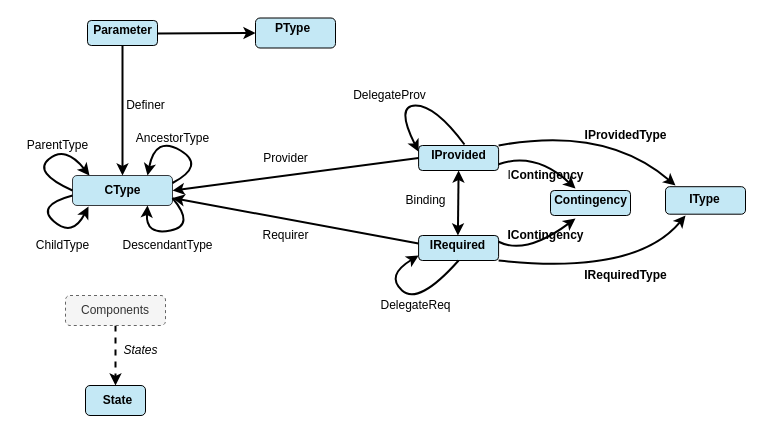
This is relflow.drawio from jpgros/site-web, a draw.io file, before an edit. Source tidied: cells renumbered, new cells numbered last; positions are measured from the earlier drawing's top-left corner, leaving out a move shared by most shapes. Both pictures are drawn from the tidied source at 100%, with x=0, y=0 at pixel (17, 17).
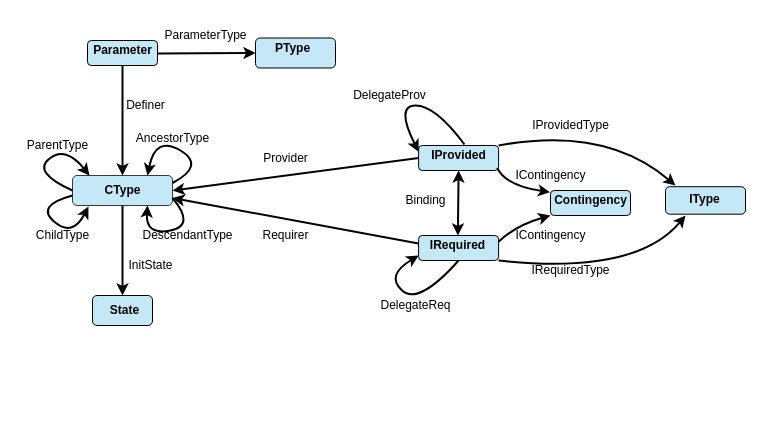
After the change.

The change refers to these unchanged cells:
```xml
<mxCell id="5" style="rounded=1;whiteSpace=wrap;html=1;fillColor=#C4E8F5;" parent="1" vertex="1">
  <mxGeometry x="401.1" y="128" width="80" height="25" as="geometry" />
</mxCell>
<mxCell id="6" style="rounded=1;whiteSpace=wrap;html=1;fillColor=#C4E8F5;" parent="1" vertex="1">
  <mxGeometry x="401.1" y="218" width="80" height="25" as="geometry" />
</mxCell>
<mxCell id="7" style="rounded=1;whiteSpace=wrap;html=1;fillColor=#C4E8F5;" parent="1" vertex="1">
  <mxGeometry x="533" y="173" width="80" height="25" as="geometry" />
</mxCell>
<mxCell id="8" style="rounded=1;whiteSpace=wrap;html=1;strokeColor=#36393d;fillColor=#C4E8F5;" parent="1" vertex="1">
  <mxGeometry x="55" y="158" width="100" height="30" as="geometry" />
</mxCell>
<mxCell id="10" value="&lt;b&gt;Contingency&lt;/b&gt;" style="text;html=1;align=center;verticalAlign=middle;points=[];" parent="1" vertex="1">
  <mxGeometry x="528" y="173" width="90" height="20" as="geometry" />
</mxCell>
```

What changed in the source:
```diff
@@
     <mxCell id="2" style="rounded=1;whiteSpace=wrap;html=1;fillColor=#C4E8F5;" parent="1" vertex="1">
-      <mxGeometry x="238" y="0.5" width="80" height="30" as="geometry" />
+      <mxGeometry x="238" y="20.5" width="80" height="30" as="geometry" />
     </mxCell>
@@
     <mxCell id="4" style="rounded=1;whiteSpace=wrap;html=1;fillColor=#C4E8F5;" parent="1" vertex="1">
-      <mxGeometry x="70" y="3" width="70" height="25" as="geometry" />
+      <mxGeometry x="70" y="23" width="70" height="25" as="geometry" />
     </mxCell>
@@
     <mxCell id="13" value="&lt;b&gt;Parameter&lt;/b&gt;" style="text;html=1;align=center;verticalAlign=middle;" parent="1" vertex="1">
-      <mxGeometry x="70" y="3" width="70" height="20" as="geometry" />
+      <mxGeometry x="70" y="23" width="70" height="20" as="geometry" />
     </mxCell>
@@
     <mxCell id="15" value="&lt;b&gt;PType&lt;/b&gt;" style="text;html=1;align=center;verticalAlign=middle;" parent="1" vertex="1">
-      <mxGeometry x="249.7" y="0.5" width="50" height="20" as="geometry" />
+      <mxGeometry x="249.7" y="20.5" width="50" height="20" as="geometry" />
     </mxCell>
     <mxCell id="16" style="rounded=1;whiteSpace=wrap;html=1;fillColor=#C4E8F5;" parent="1" vertex="1">
-      <mxGeometry x="68" y="368" width="60" height="30" as="geometry" />
+      <mxGeometry x="75" y="278" width="60" height="30" as="geometry" />
     </mxCell>
     <mxCell id="17" value="&lt;font style=&quot;font-size: 12px&quot;&gt;&lt;b&gt;State&lt;/b&gt;&lt;/font&gt;" style="text;html=1;align=center;verticalAlign=middle;" parent="1" vertex="1">
-      <mxGeometry x="80" y="373" width="40" height="20" as="geometry" />
+      <mxGeometry x="87" y="283" width="40" height="20" as="geometry" />
     </mxCell>
@@
-    <mxCell id="26" style="curved=1;endArrow=classic;html=1;strokeWidth=2;exitX=1;exitY=0.75;exitDx=0;exitDy=0;" parent="1" edge="1" source="5">
-      <mxGeometry relative="1" as="geometry">
-        <mxPoint x="558" y="171" as="targetPoint" />
-        <Array as="points">
-          <mxPoint x="518" y="134" />
-        </Array>
-      </mxGeometry>
-    </mxCell>
-    <mxCell id="27" style="curved=1;endArrow=classic;html=1;strokeWidth=2;exitX=1;exitY=0.25;exitDx=0;exitDy=0;" parent="1" edge="1" source="6">
+    <mxCell id="27" style="curved=1;endArrow=classic;html=1;strokeWidth=2;exitX=1;exitY=0.25;exitDx=0;exitDy=0;entryX=0;entryY=1;entryDx=0;entryDy=0;" parent="1" edge="1" source="6" target="7">
       <mxGeometry relative="1" as="geometry">
-        <mxPoint x="558" y="201" as="targetPoint" />
         <Array as="points">
-          <mxPoint x="508" y="238" />
+          <mxPoint x="498" y="208" />
         </Array>
       </mxGeometry>
     </mxCell>
@@
-    <mxCell id="30" value="I&lt;b&gt;Contingency&lt;/b&gt;" style="text;html=1;align=center;verticalAlign=middle;" parent="1" vertex="1">
-      <mxGeometry x="483" y="148" width="90" height="20" as="geometry" />
+    <mxCell id="30" value="IContingency" style="text;html=1;align=center;verticalAlign=middle;" parent="1" vertex="1">
+      <mxGeometry x="488" y="148" width="90" height="20" as="geometry" />
     </mxCell>
-    <mxCell id="31" value="&lt;b&gt;IContingency&lt;/b&gt;" style="text;html=1;align=center;verticalAlign=middle;" parent="1" vertex="1">
-      <mxGeometry x="483" y="208" width="90" height="20" as="geometry" />
+    <mxCell id="31" value="IContingency" style="text;html=1;align=center;verticalAlign=middle;" parent="1" vertex="1">
+      <mxGeometry x="488" y="208" width="90" height="20" as="geometry" />
     </mxCell>
-    <mxCell id="32" value="&lt;b&gt;IProvidedType&lt;/b&gt;" style="text;html=1;align=center;verticalAlign=middle;" parent="1" vertex="1">
-      <mxGeometry x="558" y="108" width="100" height="20" as="geometry" />
+    <mxCell id="32" value="IProvidedType" style="text;html=1;align=center;verticalAlign=middle;" parent="1" vertex="1">
+      <mxGeometry x="508" y="98" width="90" height="20" as="geometry" />
     </mxCell>
-    <mxCell id="33" value="&lt;b&gt;IRequiredType&lt;/b&gt;" style="text;html=1;align=center;verticalAlign=middle;" parent="1" vertex="1">
-      <mxGeometry x="558" y="248" width="100" height="20" as="geometry" />
+    <mxCell id="33" value="IRequiredType" style="text;html=1;align=center;verticalAlign=middle;" parent="1" vertex="1">
+      <mxGeometry x="508" y="243" width="90" height="20" as="geometry" />
     </mxCell>
@@
-    <mxCell id="38" style="endArrow=classic;html=1;strokeWidth=2;entryX=0.5;entryY=0;entryDx=0;entryDy=0;dashed=1;" parent="1" edge="1" target="16">
-      <mxGeometry relative="1" as="geometry">
-        <mxPoint x="98" y="308" as="sourcePoint" />
-      </mxGeometry>
+    <mxCell id="38" style="endArrow=classic;html=1;strokeWidth=2;entryX=0.5;entryY=0;entryDx=0;entryDy=0;exitX=0.5;exitY=1;exitDx=0;exitDy=0;" parent="1" edge="1" source="8" target="16">
+      <mxGeometry relative="1" as="geometry" />
     </mxCell>
-    <mxCell id="39" value="&lt;i&gt;States&lt;/i&gt;" style="text;html=1;align=center;verticalAlign=middle;" parent="1" vertex="1">
-      <mxGeometry x="98" y="323" width="50" height="20" as="geometry" />
+    <mxCell id="39" value="InitState" style="text;html=1;align=center;verticalAlign=middle;" parent="1" vertex="1">
+      <mxGeometry x="103" y="238" width="60" height="20" as="geometry" />
     </mxCell>
     <mxCell id="40" style="endArrow=classic;html=1;strokeWidth=2;entryX=0;entryY=0.5;entryDx=0;entryDy=0;" parent="1" edge="1" target="2">
       <mxGeometry relative="1" as="geometry">
-        <mxPoint x="140" y="16" as="sourcePoint" />
+        <mxPoint x="140" y="36" as="sourcePoint" />
       </mxGeometry>
     </mxCell>
@@
-    <mxCell id="43" value="Components" style="rounded=1;whiteSpace=wrap;html=1;strokeColor=#666666;fillColor=#f5f5f5;fontColor=#333333;dashed=1;" parent="1" vertex="1">
-      <mxGeometry x="48" y="278" width="100" height="30" as="geometry" />
-    </mxCell>
@@
     <mxCell id="45" value="ChildType" style="text;html=1;align=center;verticalAlign=middle;" parent="1" vertex="1">
-      <mxGeometry x="10" y="218" width="70" height="20" as="geometry" />
+      <mxGeometry x="10" y="208" width="70" height="20" as="geometry" />
     </mxCell>
@@
     <mxCell id="47" value="DescendantType" style="text;html=1;align=center;verticalAlign=middle;" parent="1" vertex="1">
-      <mxGeometry x="100" y="218" width="100" height="20" as="geometry" />
+      <mxGeometry x="120" y="208" width="100" height="20" as="geometry" />
     </mxCell>
@@
+    <mxCell id="50" value="&lt;div&gt;ParameterType&lt;/div&gt;" style="text;html=1;align=center;verticalAlign=middle;" parent="1" vertex="1">
+      <mxGeometry x="138" y="8" width="100" height="20" as="geometry" />
+    </mxCell>
+    <mxCell id="51" style="curved=1;endArrow=classic;html=1;strokeWidth=2;entryX=0.051;entryY=0.084;entryDx=0;entryDy=0;entryPerimeter=0;exitX=0.983;exitY=0.901;exitDx=0;exitDy=0;exitPerimeter=0;" parent="1" edge="1" source="5" target="10">
+      <mxGeometry relative="1" as="geometry">
+        <Array as="points">
+          <mxPoint x="488" y="168" />
+        </Array>
+      </mxGeometry>
+    </mxCell>
```
